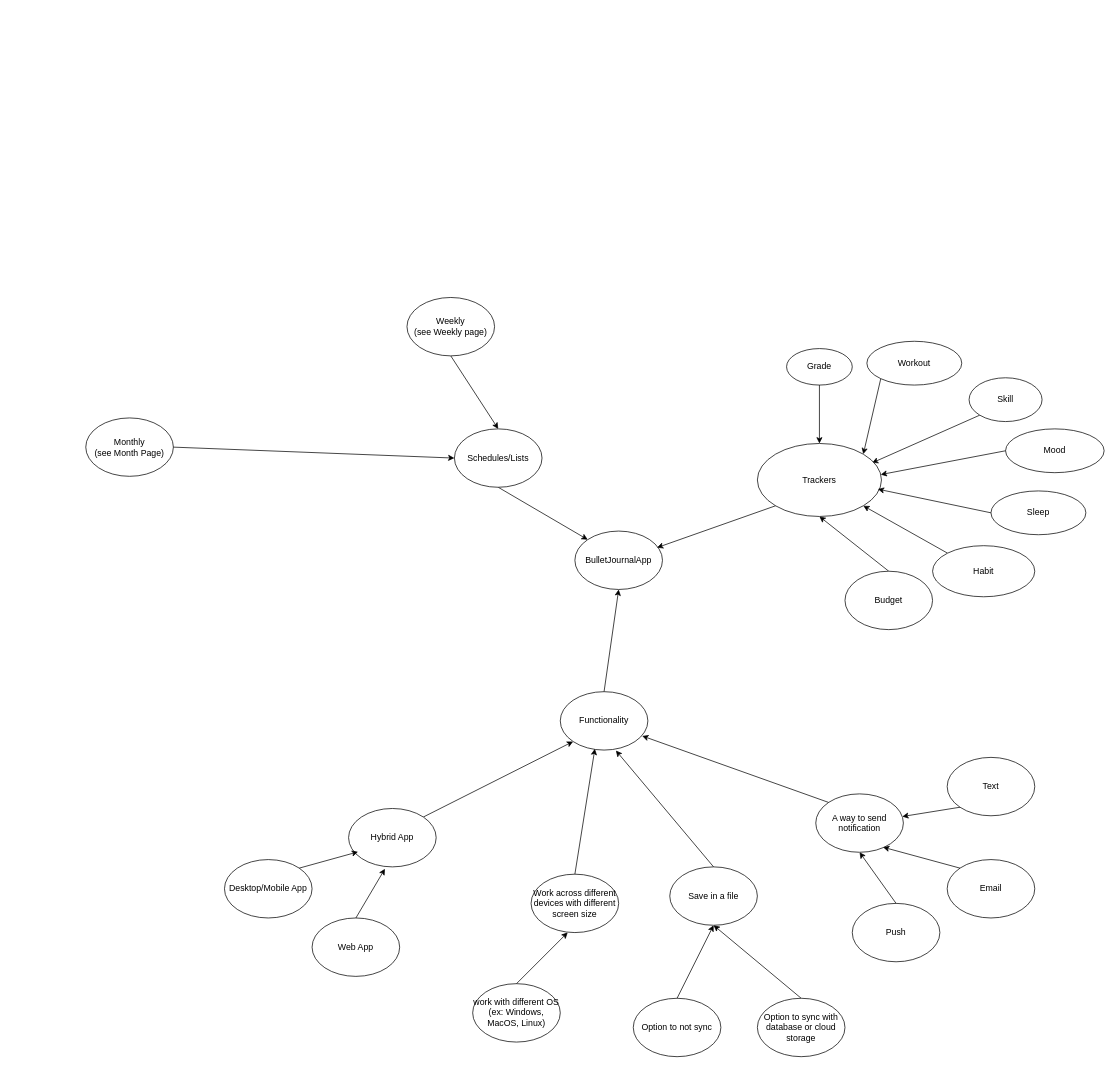
Above: page "Full Ideas" (1 of 4) of Diagrams/BulletJournalAppIdeas.drawio in MagShadowLight/BulletJournalApp (draw.io), before the change. Source tidied: cells renumbered, new cells numbered last; positions are measured from the earlier drawing's top-left corner, leaving out a move shared by most shapes. Both pictures are drawn from the tidied source at 73%, with x=0, y=0 at pixel (56, 297).
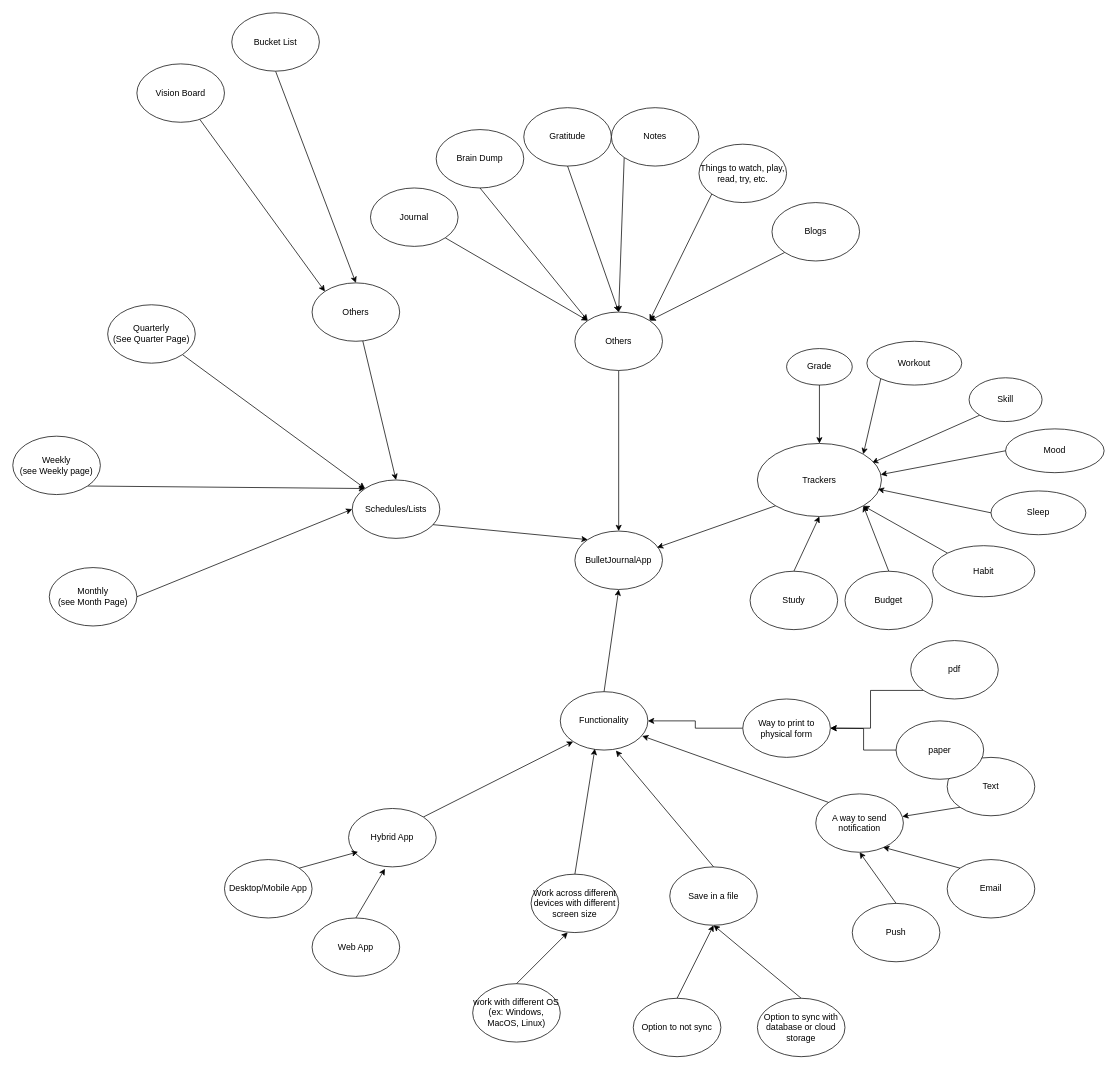
The same diagram, later.

Commit message (it also covers changes not shown here):
Add more Ideas to diagram and take screenshots

The change refers to these unchanged cells:
```xml
<mxCell id="2" value="BulletJournalApp" style="ellipse;whiteSpace=wrap;html=1;" parent="1" vertex="1">
  <mxGeometry x="710" y="320" width="120" height="80" as="geometry" />
</mxCell>
<mxCell id="6" value="Budget" style="ellipse;whiteSpace=wrap;html=1;" parent="1" vertex="1">
  <mxGeometry x="1080" y="375" width="120" height="80" as="geometry" />
</mxCell>
<mxCell id="19" value="Trackers" style="ellipse;whiteSpace=wrap;html=1;" parent="1" vertex="1">
  <mxGeometry x="960" y="200" width="170" height="100" as="geometry" />
</mxCell>
<mxCell id="31" value="Functionality" style="ellipse;whiteSpace=wrap;html=1;" parent="1" vertex="1">
  <mxGeometry x="690" y="540" width="120" height="80" as="geometry" />
</mxCell>
```

What changed in the source:
```diff
@@
-    <mxCell id="5" style="rounded=0;jettySize=auto;html=1;exitX=0.5;exitY=0;exitDx=0;exitDy=0;entryX=0.5;entryY=1;entryDx=0;entryDy=0;" parent="1" edge="1" source="6" target="19">
+    <mxCell id="5" style="rounded=0;jettySize=auto;html=1;exitX=0.5;exitY=0;exitDx=0;exitDy=0;entryX=1;entryY=1;entryDx=0;entryDy=0;" parent="1" edge="1" source="6" target="19">
       <mxGeometry relative="1" as="geometry" />
     </mxCell>
@@
     <mxCell id="7" value="&lt;div&gt;Monthly&lt;/div&gt;(see Month Page)" style="ellipse;whiteSpace=wrap;html=1;" parent="1" vertex="1">
-      <mxGeometry x="40" y="165" width="120" height="80" as="geometry" />
+      <mxGeometry x="-10" y="370" width="120" height="80" as="geometry" />
     </mxCell>
@@
-    <mxCell id="32" style="rounded=0;jettySize=auto;html=1;exitX=0.5;exitY=1;exitDx=0;exitDy=0;entryX=0.5;entryY=0;entryDx=0;entryDy=0;" parent="1" edge="1" source="33" target="35">
+    <mxCell id="32" style="rounded=0;jettySize=auto;html=1;exitX=1;exitY=1;exitDx=0;exitDy=0;entryX=0;entryY=0;entryDx=0;entryDy=0;" parent="1" edge="1" source="33" target="35">
       <mxGeometry relative="1" as="geometry" />
     </mxCell>
     <mxCell id="33" value="&lt;div&gt;Weekly&lt;/div&gt;(see Weekly page)" style="ellipse;whiteSpace=wrap;html=1;" parent="1" vertex="1">
-      <mxGeometry x="480" width="120" height="80" as="geometry" />
+      <mxGeometry x="-60" y="190" width="120" height="80" as="geometry" />
     </mxCell>
-    <mxCell id="34" style="rounded=0;jettySize=auto;html=1;exitX=0.5;exitY=1;exitDx=0;exitDy=0;entryX=0;entryY=0;entryDx=0;entryDy=0;" parent="1" edge="1" source="35" target="2">
+    <mxCell id="34" style="rounded=0;jettySize=auto;html=1;exitX=0.887;exitY=0.76;exitDx=0;exitDy=0;entryX=0;entryY=0;entryDx=0;entryDy=0;exitPerimeter=0;" parent="1" edge="1" source="35" target="2">
       <mxGeometry relative="1" as="geometry" />
     </mxCell>
     <mxCell id="35" value="Schedules/Lists" style="ellipse;whiteSpace=wrap;html=1;" parent="1" vertex="1">
-      <mxGeometry x="545" y="180" width="120" height="80" as="geometry" />
+      <mxGeometry x="405" y="250" width="120" height="80" as="geometry" />
     </mxCell>
@@
+    <mxCell id="52" style="edgeStyle=orthogonalEdgeStyle;rounded=0;jettySize=auto;html=1;exitX=0;exitY=0.5;exitDx=0;exitDy=0;" parent="1" edge="1" source="53">
+      <mxGeometry relative="1" as="geometry">
+        <mxPoint x="1060" y="590" as="targetPoint" />
+      </mxGeometry>
+    </mxCell>
+    <mxCell id="53" value="paper" style="ellipse;whiteSpace=wrap;html=1;" parent="1" vertex="1">
+      <mxGeometry x="1150" y="580" width="120" height="80" as="geometry" />
+    </mxCell>
+    <mxCell id="54" style="edgeStyle=orthogonalEdgeStyle;rounded=0;jettySize=auto;html=1;exitX=0;exitY=1;exitDx=0;exitDy=0;" parent="1" edge="1" source="55" target="57">
+      <mxGeometry relative="1" as="geometry" />
+    </mxCell>
+    <mxCell id="55" value="pdf" style="ellipse;whiteSpace=wrap;html=1;" parent="1" vertex="1">
+      <mxGeometry x="1170" y="470" width="120" height="80" as="geometry" />
+    </mxCell>
+    <mxCell id="56" style="edgeStyle=orthogonalEdgeStyle;rounded=0;jettySize=auto;html=1;exitX=0;exitY=0.5;exitDx=0;exitDy=0;entryX=1;entryY=0.5;entryDx=0;entryDy=0;" parent="1" edge="1" source="57" target="31">
+      <mxGeometry relative="1" as="geometry" />
+    </mxCell>
+    <mxCell id="57" value="Way to print to physical form" style="ellipse;whiteSpace=wrap;html=1;" parent="1" vertex="1">
+      <mxGeometry x="940" y="550" width="120" height="80" as="geometry" />
+    </mxCell>
+    <mxCell id="58" style="rounded=0;jettySize=auto;html=1;entryX=0.5;entryY=0;entryDx=0;entryDy=0;" parent="1" edge="1" source="59" target="2">
+      <mxGeometry relative="1" as="geometry" />
+    </mxCell>
+    <mxCell id="59" value="&lt;div&gt;Others&lt;/div&gt;" style="ellipse;whiteSpace=wrap;html=1;" parent="1" vertex="1">
+      <mxGeometry x="710" y="20" width="120" height="80" as="geometry" />
+    </mxCell>
+    <mxCell id="60" style="edgeStyle=none;rounded=0;jettySize=auto;html=1;entryX=0.5;entryY=0;entryDx=0;entryDy=0;" parent="1" edge="1" source="61" target="35">
+      <mxGeometry relative="1" as="geometry" />
+    </mxCell>
+    <mxCell id="61" value="&lt;div&gt;Others&lt;/div&gt;" style="ellipse;whiteSpace=wrap;html=1;" parent="1" vertex="1">
+      <mxGeometry x="350" y="-20" width="120" height="80" as="geometry" />
+    </mxCell>
+    <mxCell id="62" style="edgeStyle=none;rounded=0;jettySize=auto;html=1;exitX=0.5;exitY=1;exitDx=0;exitDy=0;entryX=0.5;entryY=0;entryDx=0;entryDy=0;" parent="1" edge="1" source="63" target="61">
+      <mxGeometry relative="1" as="geometry" />
+    </mxCell>
+    <mxCell id="63" value="&lt;div&gt;Bucket List&lt;/div&gt;" style="ellipse;whiteSpace=wrap;html=1;" parent="1" vertex="1">
+      <mxGeometry x="240" y="-390" width="120" height="80" as="geometry" />
+    </mxCell>
+    <mxCell id="64" style="edgeStyle=none;rounded=0;jettySize=auto;html=1;exitX=0.5;exitY=1;exitDx=0;exitDy=0;entryX=0;entryY=0;entryDx=0;entryDy=0;" parent="1" edge="1" source="65" target="59">
+      <mxGeometry relative="1" as="geometry" />
+    </mxCell>
+    <mxCell id="65" value="&lt;div&gt;Brain Dump&lt;/div&gt;" style="ellipse;whiteSpace=wrap;html=1;" parent="1" vertex="1">
+      <mxGeometry x="520" y="-230" width="120" height="80" as="geometry" />
+    </mxCell>
+    <mxCell id="66" style="edgeStyle=none;rounded=0;jettySize=auto;html=1;entryX=0;entryY=0;entryDx=0;entryDy=0;" parent="1" edge="1" source="67" target="61">
+      <mxGeometry relative="1" as="geometry" />
+    </mxCell>
+    <mxCell id="67" value="&lt;div&gt;Vision Board&lt;/div&gt;" style="ellipse;whiteSpace=wrap;html=1;" parent="1" vertex="1">
+      <mxGeometry x="110" y="-320" width="120" height="80" as="geometry" />
+    </mxCell>
+    <mxCell id="68" style="edgeStyle=none;rounded=0;jettySize=auto;html=1;exitX=1;exitY=1;exitDx=0;exitDy=0;entryX=0;entryY=0;entryDx=0;entryDy=0;" parent="1" edge="1" source="69" target="59">
+      <mxGeometry relative="1" as="geometry" />
+    </mxCell>
+    <mxCell id="69" value="Journal" style="ellipse;whiteSpace=wrap;html=1;" parent="1" vertex="1">
+      <mxGeometry x="430" y="-150" width="120" height="80" as="geometry" />
+    </mxCell>
+    <mxCell id="70" style="edgeStyle=none;rounded=0;jettySize=auto;html=1;exitX=1;exitY=1;exitDx=0;exitDy=0;entryX=0;entryY=0;entryDx=0;entryDy=0;" parent="1" edge="1" source="71" target="35">
+      <mxGeometry relative="1" as="geometry" />
+    </mxCell>
+    <mxCell id="71" value="&lt;div&gt;Quarterly&lt;/div&gt;&lt;div&gt;(See Quarter Page)&lt;/div&gt;" style="ellipse;whiteSpace=wrap;html=1;" parent="1" vertex="1">
+      <mxGeometry x="70" y="10" width="120" height="80" as="geometry" />
+    </mxCell>
+    <mxCell id="72" style="edgeStyle=none;rounded=0;jettySize=auto;html=1;exitX=0.5;exitY=1;exitDx=0;exitDy=0;entryX=0.5;entryY=0;entryDx=0;entryDy=0;" parent="1" edge="1" source="73" target="59">
+      <mxGeometry relative="1" as="geometry" />
+    </mxCell>
+    <mxCell id="73" value="&lt;div&gt;Gratitude&lt;/div&gt;" style="ellipse;whiteSpace=wrap;html=1;" parent="1" vertex="1">
+      <mxGeometry x="640" y="-260" width="120" height="80" as="geometry" />
+    </mxCell>
+    <mxCell id="74" style="edgeStyle=none;rounded=0;jettySize=auto;html=1;exitX=0;exitY=1;exitDx=0;exitDy=0;entryX=0.5;entryY=0;entryDx=0;entryDy=0;" parent="1" edge="1" source="75" target="59">
+      <mxGeometry relative="1" as="geometry" />
+    </mxCell>
+    <mxCell id="75" value="&lt;div&gt;Notes&lt;/div&gt;" style="ellipse;whiteSpace=wrap;html=1;" parent="1" vertex="1">
+      <mxGeometry x="760" y="-260" width="120" height="80" as="geometry" />
+    </mxCell>
+    <mxCell id="76" style="edgeStyle=none;rounded=0;jettySize=auto;html=1;exitX=0.5;exitY=0;exitDx=0;exitDy=0;entryX=0.5;entryY=1;entryDx=0;entryDy=0;" parent="1" edge="1" source="77" target="19">
+      <mxGeometry relative="1" as="geometry" />
+    </mxCell>
+    <mxCell id="77" value="Study" style="ellipse;whiteSpace=wrap;html=1;" parent="1" vertex="1">
+      <mxGeometry x="950" y="375" width="120" height="80" as="geometry" />
+    </mxCell>
+    <mxCell id="78" style="edgeStyle=none;rounded=0;jettySize=auto;html=1;exitX=0;exitY=1;exitDx=0;exitDy=0;entryX=1;entryY=0;entryDx=0;entryDy=0;" parent="1" edge="1" source="79" target="59">
+      <mxGeometry relative="1" as="geometry" />
+    </mxCell>
+    <mxCell id="79" value="&lt;div&gt;Things to watch, play, read, try, etc.&lt;/div&gt;" style="ellipse;whiteSpace=wrap;html=1;" parent="1" vertex="1">
+      <mxGeometry x="880" y="-210" width="120" height="80" as="geometry" />
+    </mxCell>
+    <mxCell id="80" style="edgeStyle=none;rounded=0;jettySize=auto;html=1;exitX=0;exitY=1;exitDx=0;exitDy=0;entryX=1;entryY=0;entryDx=0;entryDy=0;" parent="1" edge="1" source="81" target="59">
+      <mxGeometry relative="1" as="geometry" />
+    </mxCell>
+    <mxCell id="81" value="Blogs" style="ellipse;whiteSpace=wrap;html=1;" parent="1" vertex="1">
+      <mxGeometry x="980" y="-130" width="120" height="80" as="geometry" />
+    </mxCell>
```
